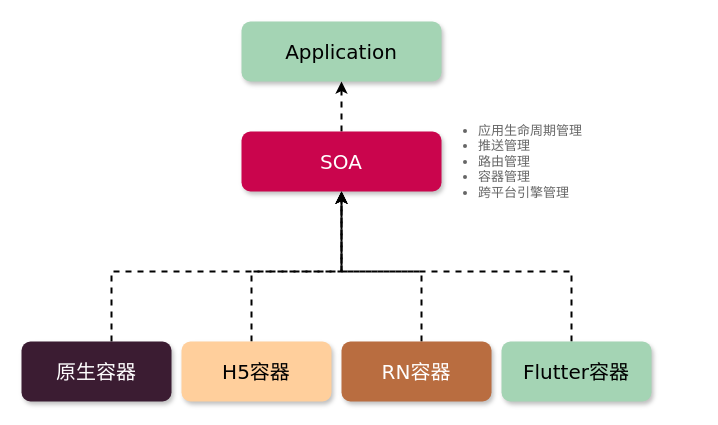
Above: d_box.drawio in Dcell/drawio (draw.io), before the change. Source tidied: cells renumbered, new cells numbered last; positions are measured from the earlier drawing's top-left corner, leaving out a move shared by most shapes. Both pictures are drawn from the tidied source at 100%, with x=0, y=0 at pixel (21, 21).
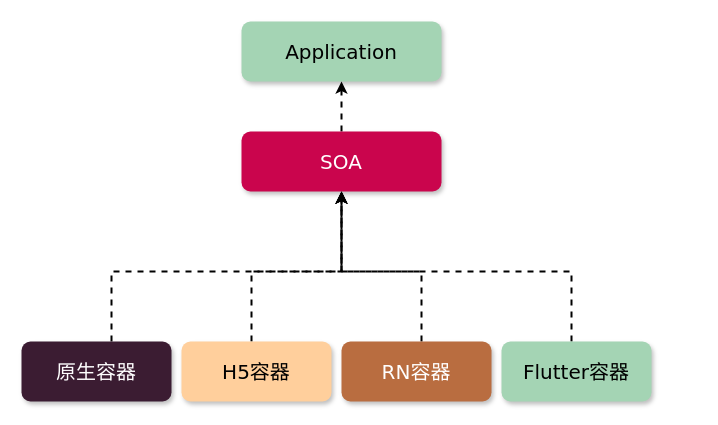
Above is the later version.

Diff of the diagram source:
```diff
@@
-    <mxCell id="13" value="&lt;p class=&quot;p1&quot; style=&quot;margin: 0px; font-stretch: normal; font-size: 13px; line-height: normal;&quot;&gt;&lt;/p&gt;&lt;ul&gt;&lt;li&gt;&lt;span&gt;应用生命周期管理&lt;/span&gt;&lt;/li&gt;&lt;li&gt;&lt;span style=&quot;&quot;&gt;推送管理&lt;/span&gt;&lt;/li&gt;&lt;li&gt;&lt;span style=&quot;&quot;&gt;路由管理&lt;/span&gt;&lt;/li&gt;&lt;li&gt;&lt;span style=&quot;&quot;&gt;容器管理&lt;/span&gt;&lt;/li&gt;&lt;li&gt;&lt;span style=&quot;&quot;&gt;跨平台引擎管理&lt;/span&gt;&lt;/li&gt;&lt;/ul&gt;&lt;p style=&quot;font-size: 13px&quot;&gt;&lt;/p&gt;" style="text;html=1;strokeColor=none;fillColor=none;align=left;verticalAlign=middle;whiteSpace=wrap;rounded=0;shadow=0;glass=0;dashed=1;sketch=0;fontFamily=Verdana;fontSize=13;fontColor=#666666;" parent="1" vertex="1">
-      <mxGeometry x="415" y="75" width="265" height="130" as="geometry" />
-    </mxCell>
```
